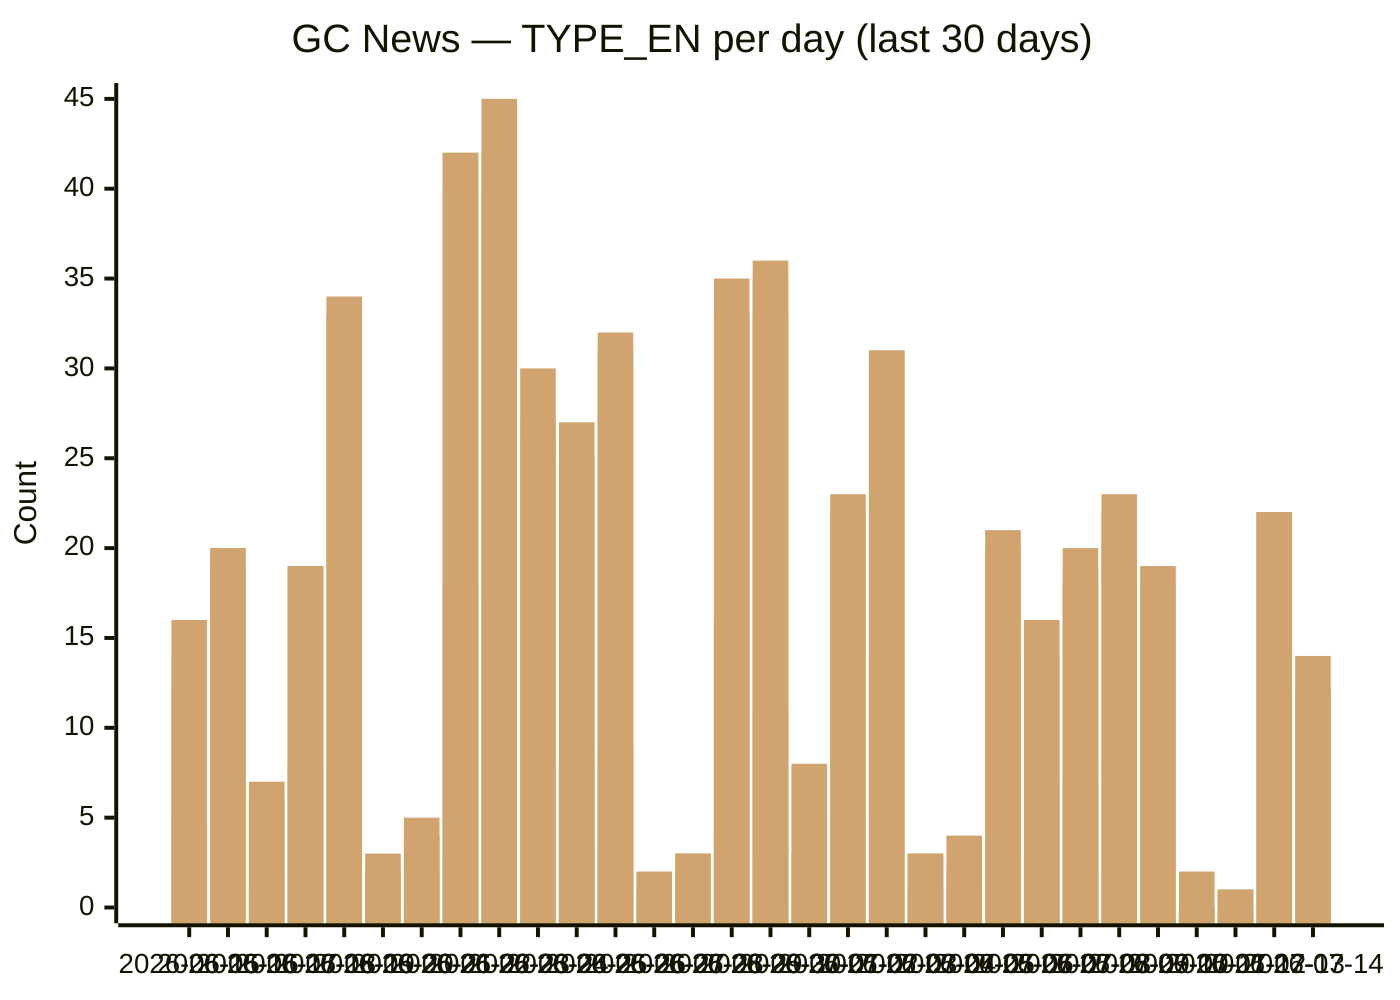
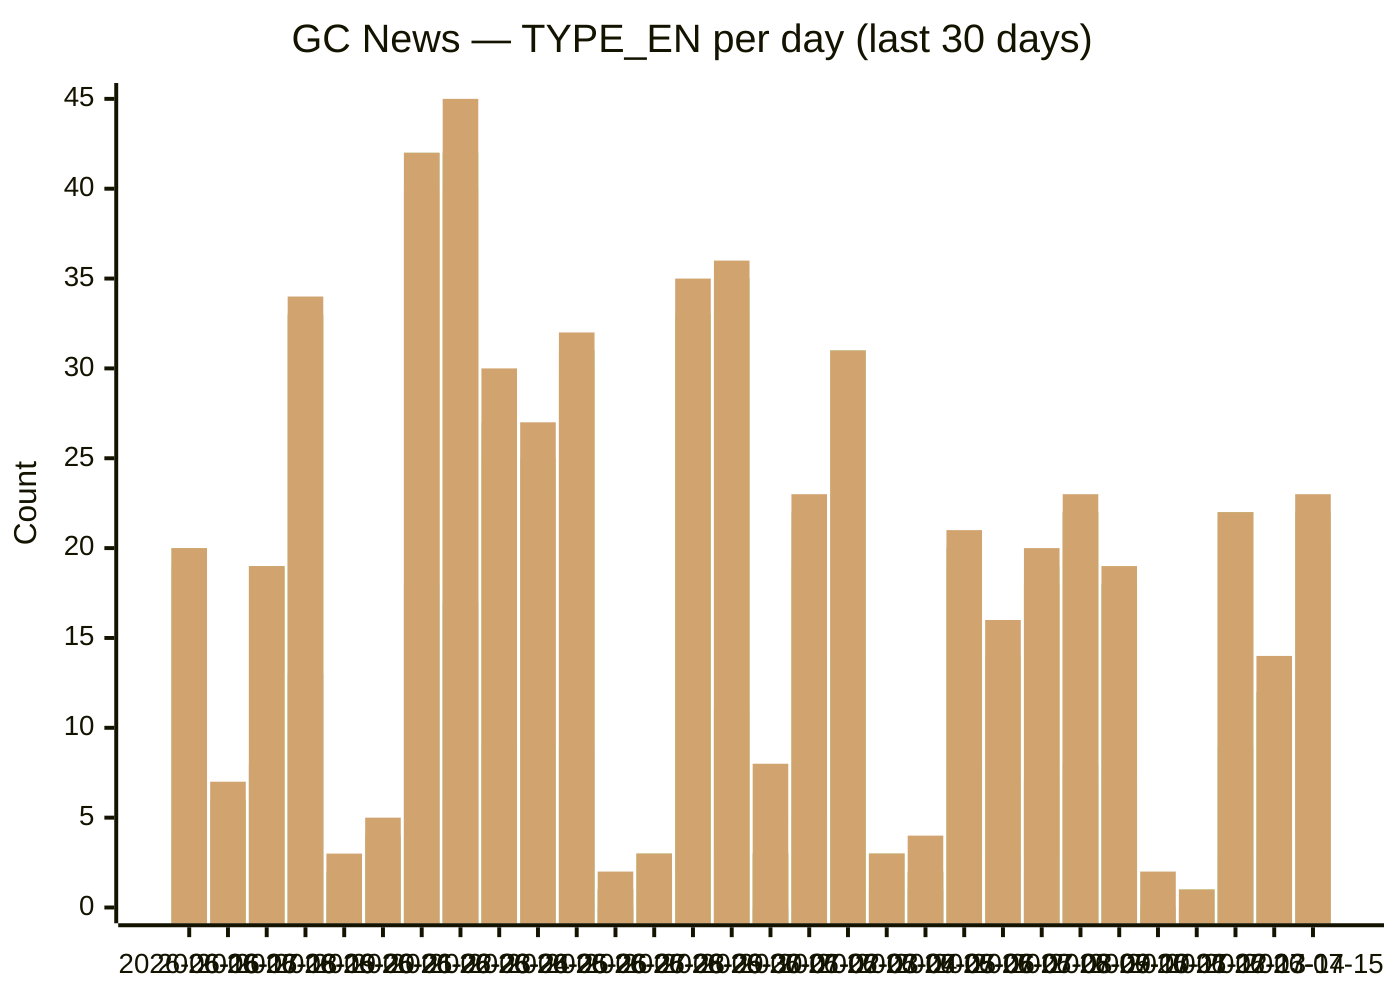
xychart-beta
  title "GC News — TYPE_EN per day (last 30 days)"
-   x-axis [2026-06-15, 2026-06-16, 2026-06-17, 2026-06-18, 2026-06-19, 2026-06-20, 2026-06-21, 2026-06-22, 2026-06-23, 2026-06-24, 2026-06-25, 2026-06-26, 2026-06-27, 2026-06-28, 2026-06-29, 2026-06-30, 2026-07-01, 2026-07-02, 2026-07-03, 2026-07-04, 2026-07-05, 2026-07-06, 2026-07-07, 2026-07-08, 2026-07-09, 2026-07-10, 2026-07-11, 2026-07-12, 2026-07-13, 2026-07-14]
+   x-axis [2026-06-16, 2026-06-17, 2026-06-18, 2026-06-19, 2026-06-20, 2026-06-21, 2026-06-22, 2026-06-23, 2026-06-24, 2026-06-25, 2026-06-26, 2026-06-27, 2026-06-28, 2026-06-29, 2026-06-30, 2026-07-01, 2026-07-02, 2026-07-03, 2026-07-04, 2026-07-05, 2026-07-06, 2026-07-07, 2026-07-08, 2026-07-09, 2026-07-10, 2026-07-11, 2026-07-12, 2026-07-13, 2026-07-14, 2026-07-15]
  y-axis "Count" 0 --> 45
-   bar backgrounders [2, 3, 1, 2, 2, 0, 0, 3, 6, 2, 2, 3, 0, 0, 4, 3, 0, 1, 3, 1, 0, 3, 2, 2, 3, 3, 0, 0, 3, 3]
-   bar "media advisories" [5, 4, 1, 8, 13, 0, 2, 18, 17, 9, 8, 9, 0, 2, 16, 11, 0, 5, 14, 1, 1, 8, 3, 7, 8, 7, 0, 0, 9, 4]
-   bar "news releases" [12, 19, 6, 19, 33, 2, 4, 40, 40, 25, 23, 30, 1, 3, 33, 33, 3, 19, 30, 3, 2, 19, 14, 18, 22, 18, 0, 1, 22, 12]
-   bar readouts [12, 19, 6, 19, 33, 2, 4, 42, 42, 26, 25, 31, 1, 3, 33, 35, 3, 21, 31, 3, 2, 20, 14, 18, 22, 18, 0, 1, 22, 12]
-   bar speeches [14, 20, 6, 19, 33, 2, 4, 42, 42, 27, 25, 31, 1, 3, 33, 35, 3, 22, 31, 3, 2, 20, 14, 19, 22, 18, 0, 1, 22, 12]
-   bar statements [16, 20, 7, 19, 34, 3, 5, 42, 45, 30, 27, 32, 2, 3, 35, 36, 8, 23, 31, 3, 4, 21, 16, 20, 23, 19, 2, 1, 22, 14]
+   bar backgrounders [3, 1, 2, 2, 0, 0, 3, 6, 2, 2, 3, 0, 0, 4, 3, 0, 1, 3, 1, 0, 3, 2, 2, 3, 3, 0, 0, 3, 3, 3]
+   bar "media advisories" [4, 1, 8, 13, 0, 2, 18, 17, 9, 8, 9, 0, 2, 16, 11, 0, 5, 14, 1, 1, 8, 3, 7, 8, 7, 0, 0, 9, 4, 9]
+   bar "news releases" [19, 6, 19, 33, 2, 4, 40, 40, 25, 23, 30, 1, 3, 33, 33, 3, 19, 30, 3, 2, 19, 14, 18, 22, 18, 0, 1, 22, 12, 20]
+   bar readouts [19, 6, 19, 33, 2, 4, 42, 42, 26, 25, 31, 1, 3, 33, 35, 3, 21, 31, 3, 2, 20, 14, 18, 22, 18, 0, 1, 22, 12, 22]
+   bar speeches [20, 6, 19, 33, 2, 4, 42, 42, 27, 25, 31, 1, 3, 33, 35, 3, 22, 31, 3, 2, 20, 14, 19, 22, 18, 0, 1, 22, 12, 22]
+   bar statements [20, 7, 19, 34, 3, 5, 42, 45, 30, 27, 32, 2, 3, 35, 36, 8, 23, 31, 3, 4, 21, 16, 20, 23, 19, 2, 1, 22, 14, 23]
